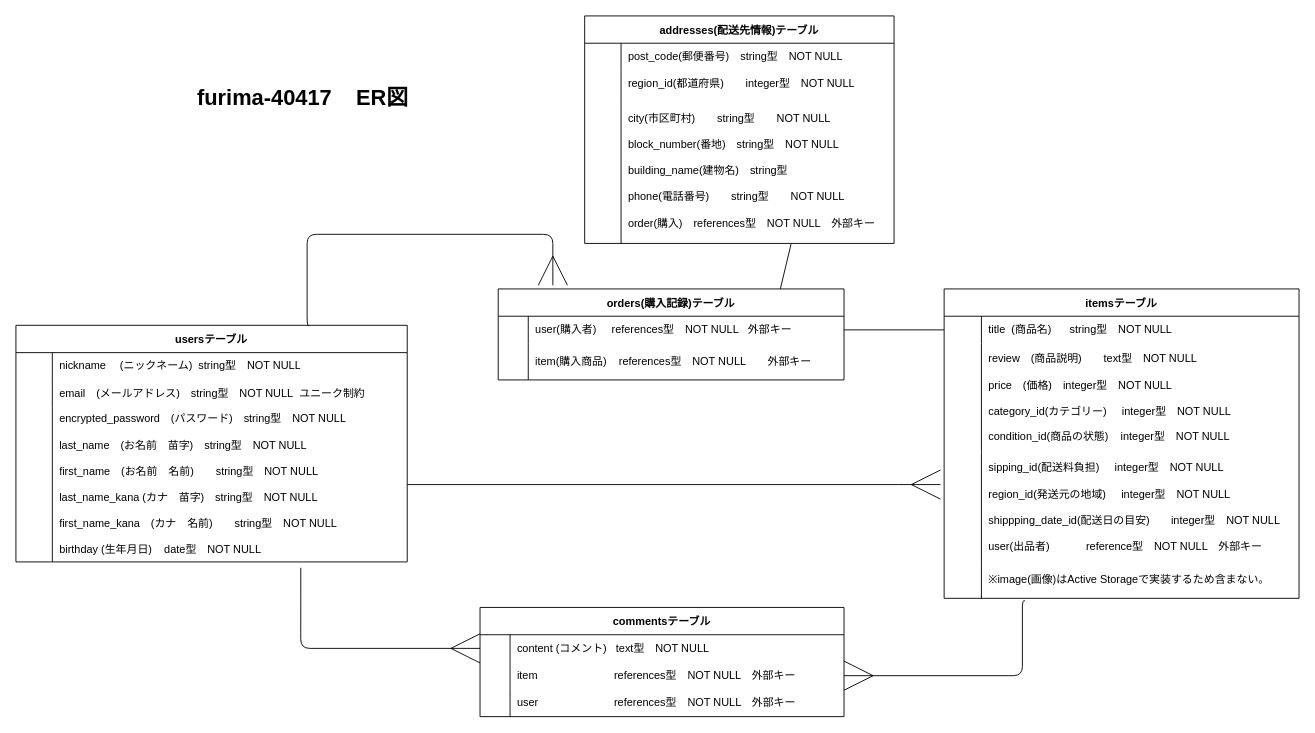
This is app/controllers/saisyuukadai.dio from kumipro/furima-40417, a draw.io file, before an edit. Source tidied: cells renumbered, new cells numbered last; positions are measured from the earlier drawing's top-left corner, leaving out a move shared by most shapes. Both pictures are drawn from the tidied source at 91%, with x=0, y=0 at pixel (15, 15).
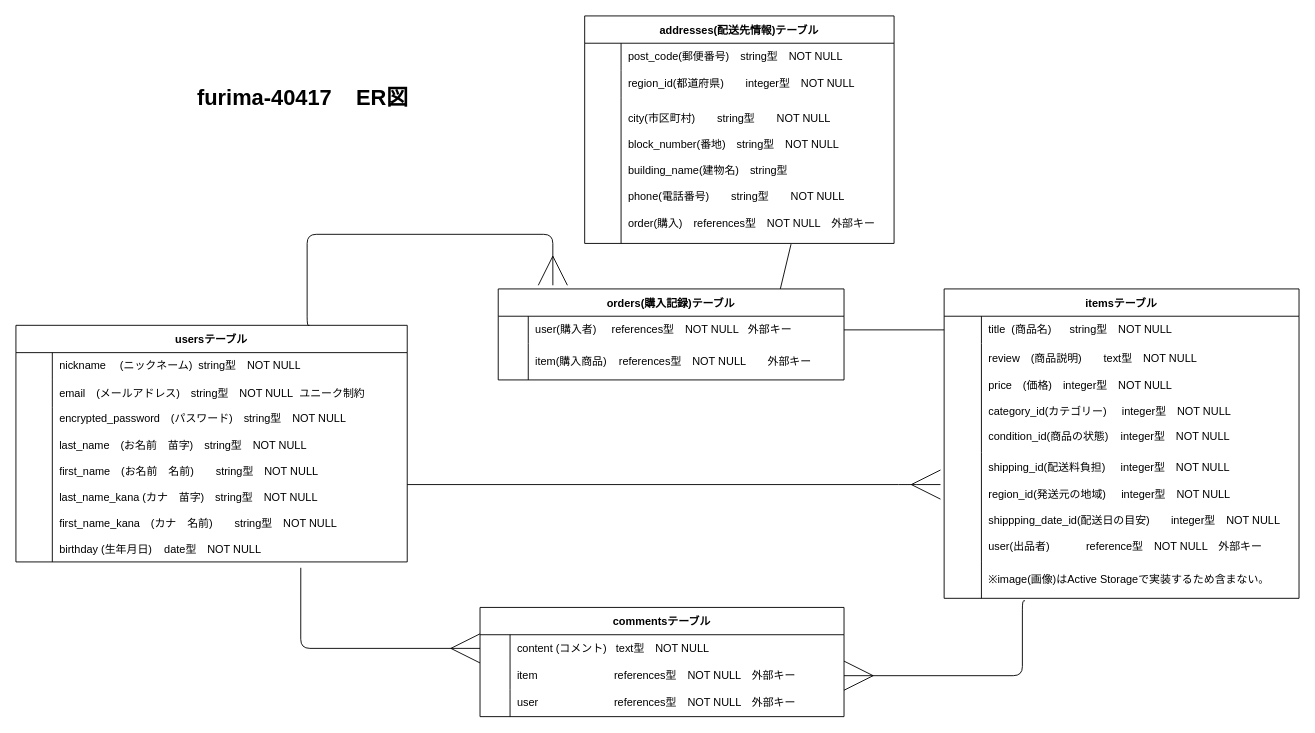
The same page after the edit.

The change refers to these unchanged cells:
```xml
<mxCell id="21" style="shape=tableRow;horizontal=0;startSize=0;swimlaneHead=0;swimlaneBody=0;top=0;left=0;bottom=0;right=0;fillColor=none;" parent="14" vertex="1">
  <mxGeometry y="180" width="390" height="120" as="geometry" />
</mxCell>
```

What changed in the source:
```diff
@@
-    <mxCell id="23" value="sipping_id(配送料負担)&amp;nbsp; &amp;nbsp; &amp;nbsp;integer型　NOT NULL&lt;br&gt;&lt;br&gt;region_id(発送元の地域)&amp;nbsp; &amp;nbsp; &amp;nbsp;integer型　NOT NULL&lt;br&gt;&lt;br&gt;shippping_date_id(配送日の目安)&amp;nbsp; &amp;nbsp; &amp;nbsp; &amp;nbsp;integer型　NOT NULL&lt;br&gt;&lt;br&gt;user(出品者)&amp;nbsp; &amp;nbsp; &amp;nbsp; &amp;nbsp; &amp;nbsp; &amp;nbsp; reference型　NOT NULL　外部キー" style="shape=partialRectangle;html=1;whiteSpace=wrap;fillColor=none;top=0;left=0;bottom=0;right=0;align=left;spacingLeft=6;overflow=hidden;" parent="21" vertex="1">
+    <mxCell id="23" value="shipping_id(配送料負担)&amp;nbsp; &amp;nbsp; &amp;nbsp;integer型　NOT NULL&lt;br&gt;&lt;br&gt;region_id(発送元の地域)&amp;nbsp; &amp;nbsp; &amp;nbsp;integer型　NOT NULL&lt;br&gt;&lt;br&gt;shippping_date_id(配送日の目安)&amp;nbsp; &amp;nbsp; &amp;nbsp; &amp;nbsp;integer型　NOT NULL&lt;br&gt;&lt;br&gt;user(出品者)&amp;nbsp; &amp;nbsp; &amp;nbsp; &amp;nbsp; &amp;nbsp; &amp;nbsp; reference型　NOT NULL　外部キー" style="shape=partialRectangle;html=1;whiteSpace=wrap;fillColor=none;top=0;left=0;bottom=0;right=0;align=left;spacingLeft=6;overflow=hidden;" parent="21" vertex="1">
       <mxGeometry x="41" width="349" height="120" as="geometry" />
     </mxCell>
```
